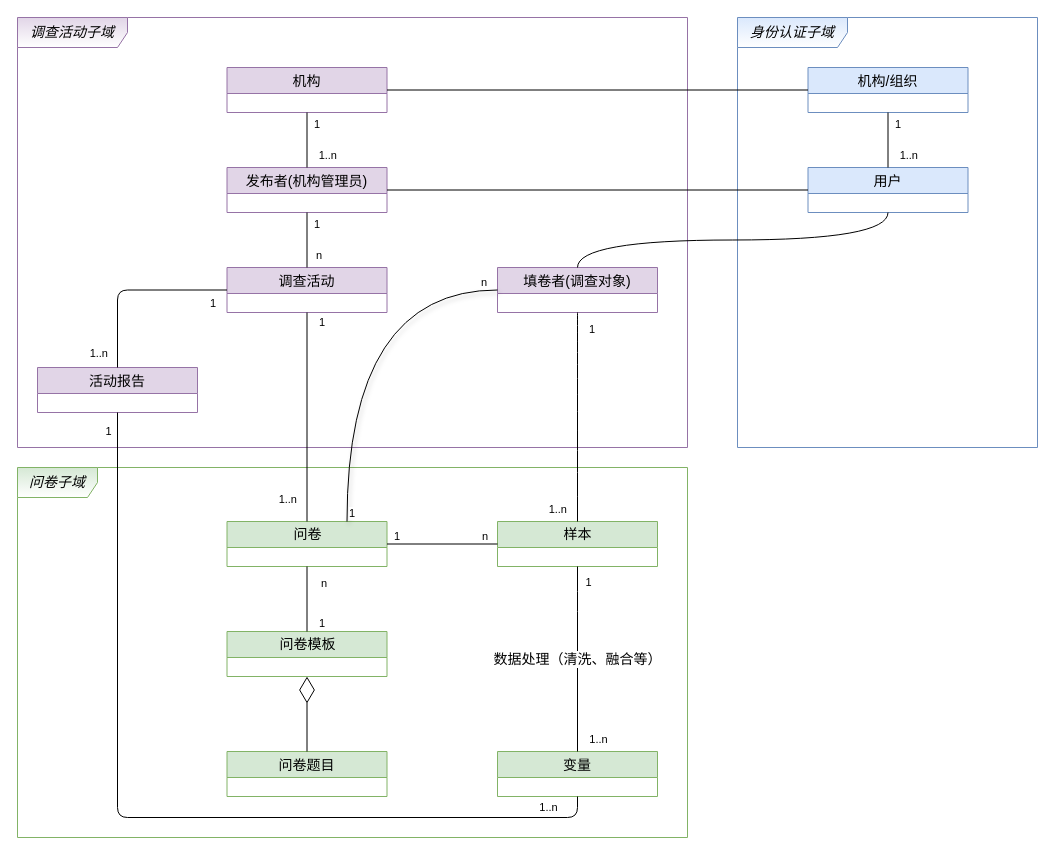
The draw.io diagram page "v0.2" (2 of 2) of 教育部问卷系统 Diagram.drawio in TinlerLin/nd.exercises, before the edit. Source tidied: cells renumbered, new cells numbered last; positions are measured from the earlier drawing's top-left corner, leaving out a move shared by most shapes. Both pictures are drawn from the tidied source at 100%, with x=0, y=0 at pixel (17, 17).
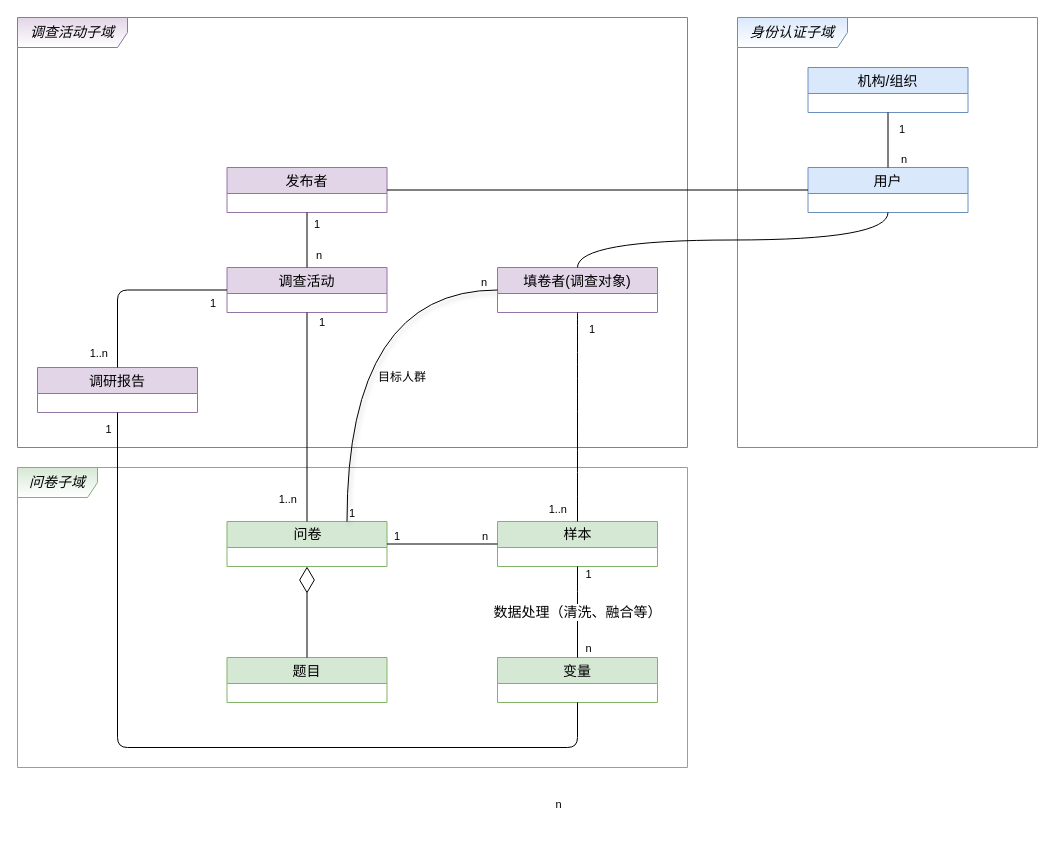
After the change.

Commit message:
Update 教育部问卷系统 Diagram.drawio

The change refers to these unchanged cells:
```xml
<mxCell id="4" value="&lt;div style=&quot;line-height: 1.75 ; text-align: left&quot;&gt;&lt;font style=&quot;font-size: 14px&quot;&gt;问卷&lt;/font&gt;&lt;/div&gt;" style="swimlane;html=1;fontStyle=0;horizontal=1;startSize=26;fillColor=#d5e8d4;swimlaneFillColor=#ffffff;rounded=0;shadow=0;comic=0;labelBackgroundColor=none;strokeWidth=1;fontFamily=Verdana;fontSize=10;align=center;strokeColor=#82b366;" parent="1" vertex="1">
  <mxGeometry x="209.5" y="504" width="160" height="45" as="geometry" />
</mxCell>
<mxCell id="22" value="数据处理（清洗、融合等）" style="endArrow=none;endSize=12;html=1;fontSize=14;exitX=0.5;exitY=1;exitDx=0;exitDy=0;entryX=0.5;entryY=0;entryDx=0;entryDy=0;edgeStyle=orthogonalEdgeStyle;endFill=0;" parent="1" edge="1" source="9" target="21">
  <mxGeometry relative="1" as="geometry">
    <Array as="points">
      <mxPoint x="560" y="584" />
      <mxPoint x="560" y="584" />
    </Array>
  </mxGeometry>
</mxCell>
<mxCell id="43" value="机构/组织" style="swimlane;fontStyle=0;horizontal=1;startSize=26;fillColor=#dae8fc;fontSize=14;strokeColor=#6c8ebf;" parent="1" vertex="1">
  <mxGeometry x="790.5" y="50" width="160" height="45" as="geometry" />
</mxCell>
<mxCell id="47" style="endArrow=none;html=1;edgeStyle=orthogonalEdgeStyle;fontSize=14;exitX=0.5;exitY=1;exitDx=0;exitDy=0;entryX=0.5;entryY=0;entryDx=0;entryDy=0;" parent="1" edge="1" source="43" target="35">
  <mxGeometry relative="1" as="geometry" />
</mxCell>
```

What changed in the source:
```diff
@@
     <mxCell id="3" value="&lt;i&gt;问卷子域&lt;/i&gt;" style="shape=umlFrame;whiteSpace=wrap;html=1;fontSize=14;width=80;height=30;strokeColor=#82b366;fillColor=#d5e8d4;gradientColor=#ffffff;swimlaneFillColor=none;shadow=0;sketch=0;" parent="1" vertex="1">
-      <mxGeometry y="450" width="670" height="370" as="geometry" />
+      <mxGeometry y="450" width="670" height="300" as="geometry" />
     </mxCell>
@@
-    <mxCell id="5" value="问卷题目" style="swimlane;fontStyle=0;horizontal=1;startSize=26;fillColor=#d5e8d4;fontSize=14;strokeColor=#82b366;" parent="1" vertex="1">
-      <mxGeometry x="209.5" y="734" width="160" height="45" as="geometry" />
+    <mxCell id="5" value="题目" style="swimlane;fontStyle=0;horizontal=1;startSize=26;fillColor=#d5e8d4;fontSize=14;strokeColor=#82b366;" parent="1" vertex="1">
+      <mxGeometry x="209.5" y="640" width="160" height="45" as="geometry" />
     </mxCell>
-    <mxCell id="6" style="endArrow=diamondThin;endFill=0;endSize=24;html=1;entryX=0.5;entryY=1;entryDx=0;entryDy=0;" parent="1" edge="1" target="36">
-      <mxGeometry relative="1" as="geometry">
-        <mxPoint x="289.5" y="734" as="sourcePoint" />
-      </mxGeometry>
+    <mxCell id="6" style="endArrow=diamondThin;endFill=0;endSize=24;html=1;entryX=0.5;entryY=1;entryDx=0;entryDy=0;exitX=0.5;exitY=0;exitDx=0;exitDy=0;" parent="1" edge="1" source="5" target="4">
+      <mxGeometry relative="1" as="geometry" />
     </mxCell>
-    <mxCell id="7" value="活动报告" style="swimlane;fontStyle=0;horizontal=1;startSize=26;fillColor=#e1d5e7;fontSize=14;strokeColor=#9673a6;" parent="1" vertex="1">
+    <mxCell id="7" value="调研报告" style="swimlane;fontStyle=0;horizontal=1;startSize=26;fillColor=#e1d5e7;fontSize=14;strokeColor=#9673a6;" parent="1" vertex="1">
       <mxGeometry x="20" y="350" width="160" height="45" as="geometry" />
     </mxCell>
@@
-    <mxCell id="13" value="发布者(机构管理员)" style="swimlane;fontStyle=0;horizontal=1;startSize=26;fillColor=#e1d5e7;fontSize=14;strokeColor=#9673a6;" parent="1" vertex="1">
+    <mxCell id="13" value="发布者" style="swimlane;fontStyle=0;horizontal=1;startSize=26;fillColor=#e1d5e7;fontSize=14;strokeColor=#9673a6;" parent="1" vertex="1">
       <mxGeometry x="209.5" y="150" width="160" height="45" as="geometry" />
     </mxCell>
@@
     <mxCell id="21" value="变量" style="swimlane;fontStyle=0;horizontal=1;startSize=26;fillColor=#d5e8d4;fontSize=14;strokeColor=#82b366;" parent="1" vertex="1">
-      <mxGeometry x="480" y="734" width="160" height="45" as="geometry" />
+      <mxGeometry x="480" y="640" width="160" height="45" as="geometry" />
     </mxCell>
@@
-    <mxCell id="24" value="1..n" style="edgeLabel;html=1;align=center;verticalAlign=middle;" parent="22" vertex="1">
+    <mxCell id="24" value="n" style="edgeLabel;html=1;align=center;verticalAlign=middle;" parent="22" vertex="1">
       <mxGeometry x="0.86" y="2" relative="1" as="geometry">
-        <mxPoint x="18" as="offset" />
+        <mxPoint x="8" y="-4" as="offset" />
       </mxGeometry>
     </mxCell>
@@
     <mxCell id="28" style="endArrow=none;endSize=12;html=1;fontSize=14;exitX=0.5;exitY=1;exitDx=0;exitDy=0;edgeStyle=orthogonalEdgeStyle;entryX=0.5;entryY=1;entryDx=0;entryDy=0;endFill=0;" parent="1" edge="1" source="21" target="7">
       <mxGeometry relative="1" as="geometry">
         <Array as="points">
-          <mxPoint x="560" y="800" />
-          <mxPoint x="100" y="800" />
+          <mxPoint x="560" y="730" />
+          <mxPoint x="100" y="730" />
         </Array>
       </mxGeometry>
     </mxCell>
@@
-    <mxCell id="30" value="1..n" style="edgeLabel;html=1;align=center;verticalAlign=middle;" parent="28" vertex="1">
+    <mxCell id="30" value="n" style="edgeLabel;html=1;align=center;verticalAlign=middle;" parent="28" vertex="1">
       <mxGeometry x="0.89" y="-1" relative="1" as="geometry">
-        <mxPoint x="429.5" y="345.5" as="offset" />
+        <mxPoint x="439" y="345.5" as="offset" />
       </mxGeometry>
     </mxCell>
@@
-    <mxCell id="36" value="&lt;div style=&quot;line-height: 1.75 ; text-align: left&quot;&gt;&lt;font style=&quot;font-size: 14px&quot;&gt;问卷模板&lt;/font&gt;&lt;/div&gt;" style="swimlane;html=1;fontStyle=0;horizontal=1;startSize=26;fillColor=#d5e8d4;swimlaneFillColor=#ffffff;rounded=0;shadow=0;comic=0;labelBackgroundColor=none;strokeWidth=1;fontFamily=Verdana;fontSize=10;align=center;strokeColor=#82b366;" parent="1" vertex="1">
-      <mxGeometry x="209.5" y="614" width="160" height="45" as="geometry" />
-    </mxCell>
-    <mxCell id="37" style="endArrow=none;html=1;edgeStyle=orthogonalEdgeStyle;fontSize=14;exitX=0.5;exitY=0;exitDx=0;exitDy=0;" parent="1" edge="1" source="36" target="4">
-      <mxGeometry relative="1" as="geometry" />
-    </mxCell>
-    <mxCell id="38" value="1" style="edgeLabel;html=1;align=left;verticalAlign=bottom;" parent="37" vertex="1">
-      <mxGeometry x="-1" relative="1" as="geometry">
-        <mxPoint x="10" as="offset" />
-      </mxGeometry>
-    </mxCell>
-    <mxCell id="39" value="n" style="edgeLabel;html=1;align=right;verticalAlign=bottom;" parent="37" vertex="1">
-      <mxGeometry x="1" relative="1" as="geometry">
-        <mxPoint x="20" y="25" as="offset" />
-      </mxGeometry>
-    </mxCell>
@@
-    <mxCell id="42" value="机构" style="swimlane;fontStyle=0;horizontal=1;startSize=26;fillColor=#e1d5e7;fontSize=14;strokeColor=#9673a6;" parent="1" vertex="1">
-      <mxGeometry x="209.5" y="50" width="160" height="45" as="geometry" />
-    </mxCell>
@@
-    <mxCell id="44" style="endArrow=none;html=1;edgeStyle=orthogonalEdgeStyle;fontSize=14;exitX=0.5;exitY=1;exitDx=0;exitDy=0;entryX=0.5;entryY=0;entryDx=0;entryDy=0;" parent="1" edge="1" source="42" target="13">
-      <mxGeometry relative="1" as="geometry" />
-    </mxCell>
-    <mxCell id="45" value="1" style="edgeLabel;html=1;align=left;verticalAlign=bottom;" parent="44" vertex="1">
-      <mxGeometry x="-1" relative="1" as="geometry">
-        <mxPoint x="5" y="20" as="offset" />
-      </mxGeometry>
-    </mxCell>
-    <mxCell id="46" value="1..n" style="edgeLabel;html=1;align=right;verticalAlign=bottom;" parent="44" vertex="1">
-      <mxGeometry x="1" relative="1" as="geometry">
-        <mxPoint x="30.5" y="-4" as="offset" />
-      </mxGeometry>
-    </mxCell>
@@
     <mxCell id="48" value="1" style="edgeLabel;html=1;align=left;verticalAlign=bottom;" parent="47" vertex="1">
       <mxGeometry x="-1" relative="1" as="geometry">
-        <mxPoint x="5" y="20" as="offset" />
+        <mxPoint x="9.5" y="25" as="offset" />
       </mxGeometry>
     </mxCell>
-    <mxCell id="49" value="1..n" style="edgeLabel;html=1;align=right;verticalAlign=bottom;" parent="47" vertex="1">
+    <mxCell id="49" value="n" style="edgeLabel;html=1;align=right;verticalAlign=bottom;" parent="47" vertex="1">
       <mxGeometry x="1" relative="1" as="geometry">
-        <mxPoint x="30.5" y="-4" as="offset" />
+        <mxPoint x="19.5" as="offset" />
       </mxGeometry>
     </mxCell>
-    <mxCell id="50" style="endArrow=none;html=1;edgeStyle=orthogonalEdgeStyle;exitX=1;exitY=0.5;exitDx=0;exitDy=0;entryX=0;entryY=0.5;entryDx=0;entryDy=0;endFill=0;" parent="1" edge="1" source="42" target="43">
-      <mxGeometry relative="1" as="geometry" />
-    </mxCell>
@@
+    <mxCell id="54" value="目标人群" style="text;html=1;strokeColor=none;fillColor=none;align=center;verticalAlign=middle;whiteSpace=wrap;rounded=0;" parent="1" vertex="1">
+      <mxGeometry x="350" y="350" width="70" height="20" as="geometry" />
+    </mxCell>
```
